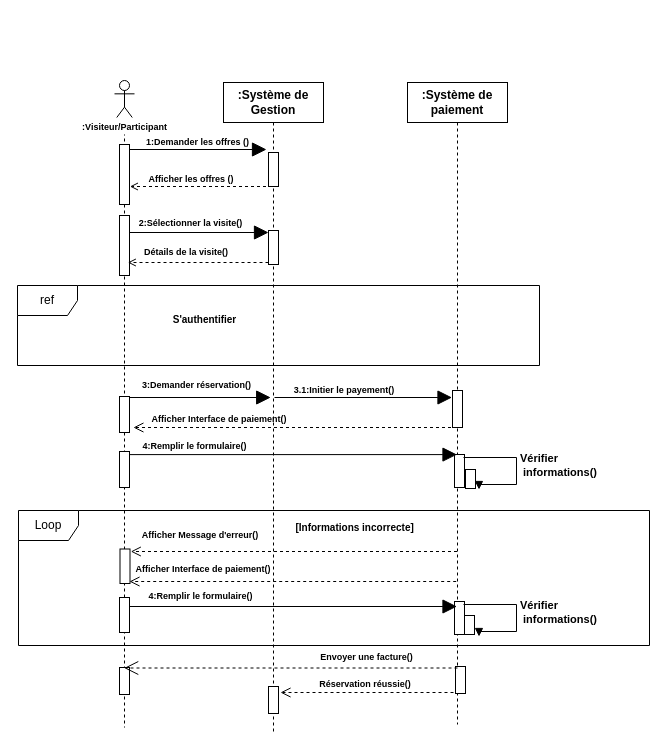
Before: Diagramme sans nom.drawio in louis-fresnel99/TpGasaL1, a draw.io diagram. Source tidied: cells renumbered, new cells numbered last; positions are measured from the earlier drawing's top-left corner, leaving out a move shared by most shapes. Both pictures are drawn from the tidied source at 100%, with x=0, y=0 at pixel (17, 80).
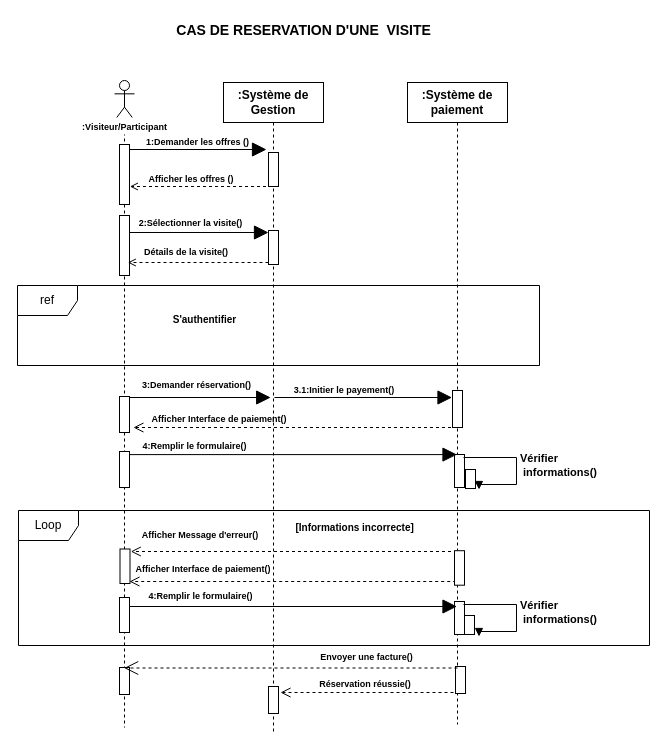
After the change.

Commit message:
Mettre à jour Diagramme sans nom.drawio

What changed in the source:
```diff
@@
+    <mxCell id="54" style="html=1;perimeter=orthogonalPerimeter;targetShapes=umlLifeline;newEdgeStyle={&quot;curved&quot;:0,&quot;rounded&quot;:0};fillColor=light-dark(#FFFFFF,#FFFFFF);strokeColor=light-dark(#000000,#000000);" parent="1" vertex="1">
+      <mxGeometry x="437" y="470.2" width="10" height="34.5" as="geometry" />
+    </mxCell>
+    <mxCell id="55" value="&lt;font style=&quot;font-size: 14px;&quot;&gt;CAS DE RESERVATION D'UNE&amp;nbsp; VISITE&amp;nbsp;&lt;/font&gt;" style="text;align=center;fontStyle=1;verticalAlign=middle;spacingLeft=3;spacingRight=3;strokeColor=none;html=1;" parent="1" vertex="1">
+      <mxGeometry x="248" y="-63" width="80" height="26" as="geometry" />
+    </mxCell>
```
